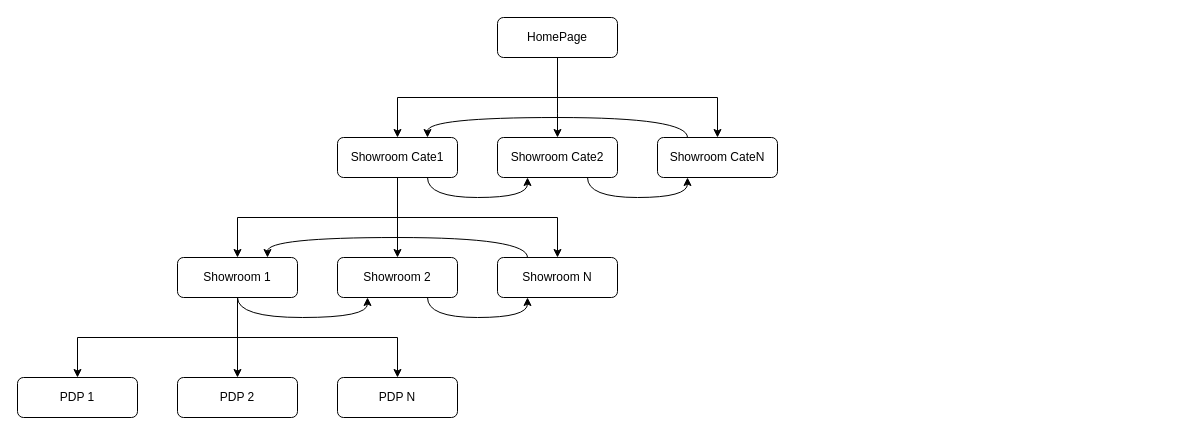
Before: drawio/showroom_structure.drawio in VisableHarry/seo-drawio, a draw.io diagram. Source tidied: cells renumbered, new cells numbered last; positions are measured from the earlier drawing's top-left corner, leaving out a move shared by most shapes. Both pictures are drawn from the tidied source at 100%, with x=0, y=0 at pixel (17, 17).
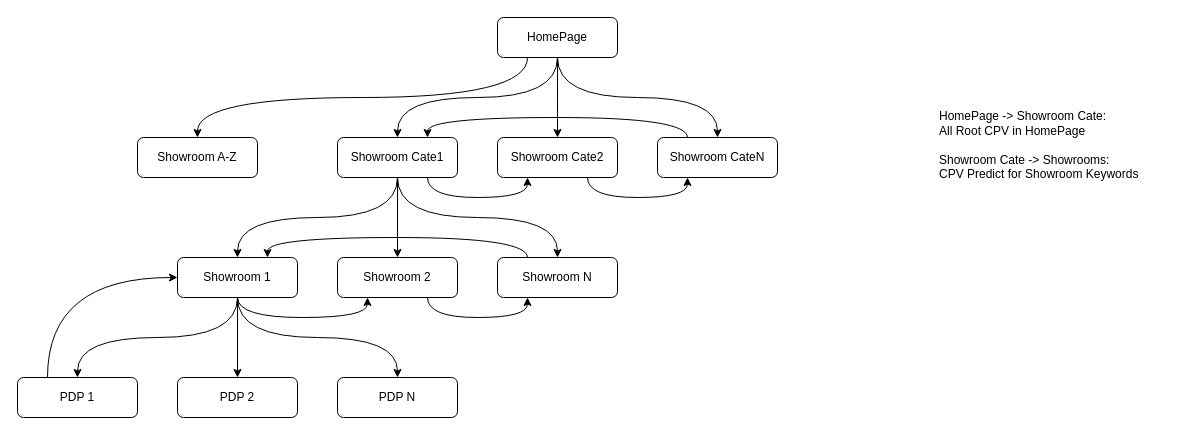
After the change.

Unchanged cells that the change refers to:
```xml
<mxCell id="5" value="HomePage" style="rounded=1;whiteSpace=wrap;html=1;" parent="1" vertex="1">
  <mxGeometry x="480" width="120" height="40" as="geometry" />
</mxCell>
<mxCell id="10" value="Showroom 1" style="rounded=1;whiteSpace=wrap;html=1;" parent="1" vertex="1">
  <mxGeometry x="160" y="240" width="120" height="40" as="geometry" />
</mxCell>
<mxCell id="14" value="Showroom N" style="rounded=1;whiteSpace=wrap;html=1;" parent="1" vertex="1">
  <mxGeometry x="480" y="240" width="120" height="40" as="geometry" />
</mxCell>
<mxCell id="19" value="Showroom Cate1" style="rounded=1;whiteSpace=wrap;html=1;" parent="1" vertex="1">
  <mxGeometry x="320" y="120" width="120" height="40" as="geometry" />
</mxCell>
<mxCell id="23" value="Showroom CateN" style="rounded=1;whiteSpace=wrap;html=1;" parent="1" vertex="1">
  <mxGeometry x="640" y="120" width="120" height="40" as="geometry" />
</mxCell>
<mxCell id="24" value="PDP 1" style="rounded=1;whiteSpace=wrap;html=1;" parent="1" vertex="1">
  <mxGeometry y="360" width="120" height="40" as="geometry" />
</mxCell>
<mxCell id="26" value="PDP N" style="rounded=1;whiteSpace=wrap;html=1;" parent="1" vertex="1">
  <mxGeometry x="320" y="360" width="120" height="40" as="geometry" />
</mxCell>
```

Change to the diagram source:
```diff
@@
-    <mxCell id="3" style="edgeStyle=orthogonalEdgeStyle;rounded=0;jettySize=auto;html=1;exitX=0.5;exitY=1;exitDx=0;exitDy=0;" parent="1" edge="1" source="5" target="19">
+    <mxCell id="3" style="edgeStyle=orthogonalEdgeStyle;rounded=0;jettySize=auto;html=1;exitX=0.5;exitY=1;exitDx=0;exitDy=0;curved=1;" parent="1" edge="1" source="5" target="19">
       <mxGeometry relative="1" as="geometry" />
     </mxCell>
-    <mxCell id="4" style="edgeStyle=orthogonalEdgeStyle;rounded=0;jettySize=auto;html=1;exitX=0.5;exitY=1;exitDx=0;exitDy=0;entryX=0.5;entryY=0;entryDx=0;entryDy=0;" parent="1" edge="1" source="5" target="23">
+    <mxCell id="4" style="edgeStyle=orthogonalEdgeStyle;rounded=0;jettySize=auto;html=1;exitX=0.5;exitY=1;exitDx=0;exitDy=0;entryX=0.5;entryY=0;entryDx=0;entryDy=0;curved=1;" parent="1" edge="1" source="5" target="23">
       <mxGeometry relative="1" as="geometry" />
     </mxCell>
+    <mxCell id="27" style="edgeStyle=orthogonalEdgeStyle;rounded=0;jettySize=auto;html=1;exitX=0.25;exitY=1;exitDx=0;exitDy=0;curved=1;" parent="1" edge="1" source="5" target="30">
+      <mxGeometry relative="1" as="geometry" />
+    </mxCell>
@@
-    <mxCell id="7" style="edgeStyle=orthogonalEdgeStyle;rounded=0;jettySize=auto;html=1;exitX=0.5;exitY=1;exitDx=0;exitDy=0;entryX=0.5;entryY=0;entryDx=0;entryDy=0;" parent="1" edge="1" source="10" target="24">
+    <mxCell id="7" style="edgeStyle=orthogonalEdgeStyle;rounded=0;jettySize=auto;html=1;exitX=0.5;exitY=1;exitDx=0;exitDy=0;entryX=0.5;entryY=0;entryDx=0;entryDy=0;curved=1;" parent="1" edge="1" source="10" target="24">
       <mxGeometry relative="1" as="geometry" />
     </mxCell>
-    <mxCell id="8" style="edgeStyle=orthogonalEdgeStyle;rounded=0;jettySize=auto;html=1;exitX=0.5;exitY=1;exitDx=0;exitDy=0;entryX=0.5;entryY=0;entryDx=0;entryDy=0;" parent="1" edge="1" source="10" target="26">
+    <mxCell id="8" style="edgeStyle=orthogonalEdgeStyle;rounded=0;jettySize=auto;html=1;exitX=0.5;exitY=1;exitDx=0;exitDy=0;entryX=0.5;entryY=0;entryDx=0;entryDy=0;curved=1;" parent="1" edge="1" source="10" target="26">
       <mxGeometry relative="1" as="geometry" />
     </mxCell>
@@
-    <mxCell id="16" style="edgeStyle=orthogonalEdgeStyle;rounded=0;jettySize=auto;html=1;exitX=0.5;exitY=1;exitDx=0;exitDy=0;" parent="1" edge="1" source="19" target="10">
+    <mxCell id="16" style="edgeStyle=orthogonalEdgeStyle;rounded=0;jettySize=auto;html=1;exitX=0.5;exitY=1;exitDx=0;exitDy=0;curved=1;" parent="1" edge="1" source="19" target="10">
       <mxGeometry relative="1" as="geometry" />
     </mxCell>
-    <mxCell id="17" style="edgeStyle=orthogonalEdgeStyle;rounded=0;jettySize=auto;html=1;exitX=0.5;exitY=1;exitDx=0;exitDy=0;entryX=0.5;entryY=0;entryDx=0;entryDy=0;" parent="1" edge="1" source="19" target="14">
+    <mxCell id="17" style="edgeStyle=orthogonalEdgeStyle;rounded=0;jettySize=auto;html=1;exitX=0.5;exitY=1;exitDx=0;exitDy=0;entryX=0.5;entryY=0;entryDx=0;entryDy=0;curved=1;" parent="1" edge="1" source="19" target="14">
       <mxGeometry relative="1" as="geometry" />
     </mxCell>
@@
+    <mxCell id="28" style="edgeStyle=orthogonalEdgeStyle;rounded=0;jettySize=auto;html=1;exitX=0.25;exitY=0;exitDx=0;exitDy=0;entryX=0;entryY=0.5;entryDx=0;entryDy=0;curved=1;" parent="1" edge="1" source="24" target="10">
+      <mxGeometry relative="1" as="geometry" />
+    </mxCell>
@@
+    <mxCell id="29" value="HomePage -&amp;gt; Showroom Cate:&lt;div&gt;All Root CPV in HomePage&lt;/div&gt;&lt;div&gt;&lt;br&gt;&lt;/div&gt;&lt;div&gt;Showroom Cate -&amp;gt; Showrooms:&lt;/div&gt;&lt;div&gt;CPV Predict for Showroom Keywords&lt;/div&gt;&lt;div&gt;&lt;br&gt;&lt;/div&gt;" style="text;html=1;align=left;verticalAlign=middle;whiteSpace=wrap;rounded=0;" parent="1" vertex="1">
+      <mxGeometry x="920" width="230" height="270" as="geometry" />
+    </mxCell>
+    <mxCell id="30" value="Showroom A-Z" style="rounded=1;whiteSpace=wrap;html=1;" parent="1" vertex="1">
+      <mxGeometry x="120" y="120" width="120" height="40" as="geometry" />
+    </mxCell>
```
